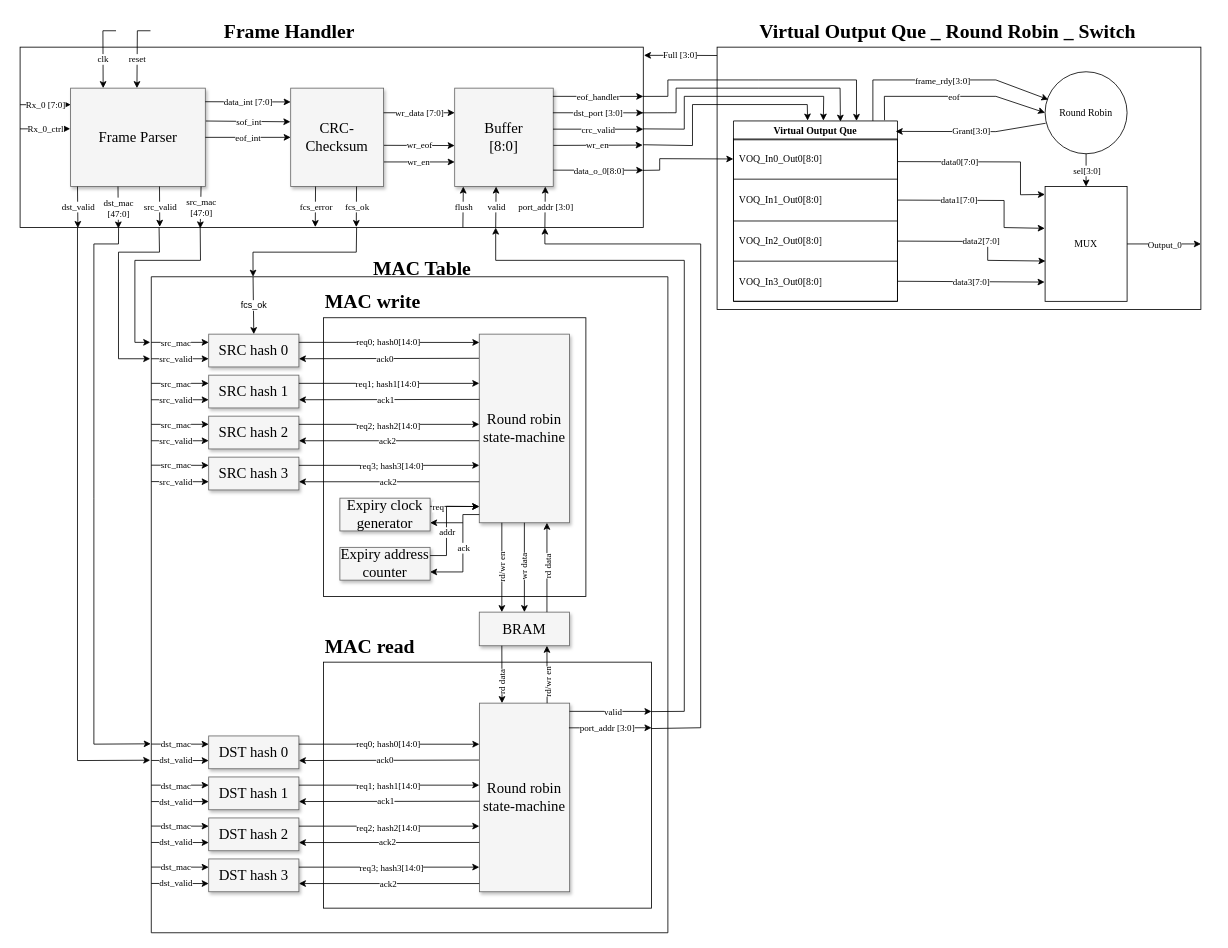
Before: FPGA_switch.drawio in Meschr/FPGA_Bitflip, a draw.io diagram. Source tidied: cells renumbered, new cells numbered last; positions are measured from the earlier drawing's top-left corner, leaving out a move shared by most shapes. Both pictures are drawn from the tidied source at 82%, with x=0, y=0 at pixel (20, 14).
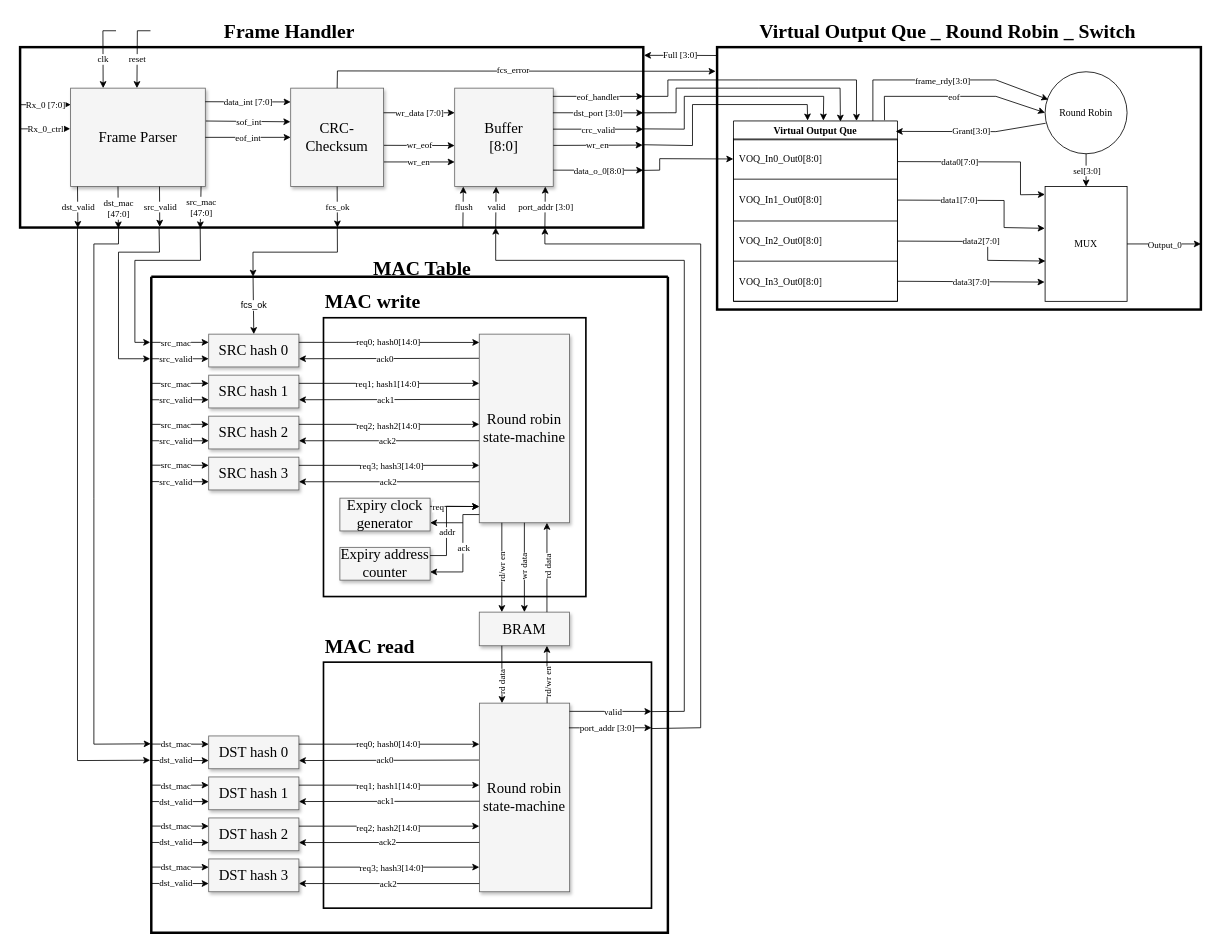
The same page after the edit.

The change refers to these unchanged cells:
```xml
<mxCell id="3" style="group;fontFamily=Times New Roman;" parent="1" vertex="1">
  <mxGeometry y="10" width="770" height="280" as="geometry" />
</mxCell>
<mxCell id="12" value="&lt;span style=&quot;color: rgb(0, 0, 0);&quot;&gt;CRC-Checksum&lt;/span&gt;" style="whiteSpace=wrap;html=1;shadow=1;fontSize=18;fillColor=#f5f5f5;strokeColor=#666666;fontFamily=Times New Roman;" parent="3" vertex="1">
  <mxGeometry x="330" y="80" width="113.3" height="120" as="geometry" />
</mxCell>
```

The edit, as a diff of the source:
```diff
@@
-    <mxCell id="2" style="rounded=0;whiteSpace=wrap;html=1;fillColor=none;align=left;fontFamily=Times New Roman;" parent="1" vertex="1">
+    <mxCell id="2" style="rounded=0;whiteSpace=wrap;html=1;fillColor=none;align=left;fontFamily=Times New Roman;strokeWidth=3;" parent="1" vertex="1">
       <mxGeometry x="850" y="40" width="590" height="320" as="geometry" />
     </mxCell>
@@
-    <mxCell id="4" style="rounded=0;whiteSpace=wrap;html=1;fillColor=none;align=left;fontFamily=Times New Roman;" parent="3" vertex="1">
+    <mxCell id="4" style="rounded=0;whiteSpace=wrap;html=1;fillColor=none;align=left;fontFamily=Times New Roman;strokeWidth=3;" parent="3" vertex="1">
       <mxGeometry y="30" width="760" height="220" as="geometry" />
     </mxCell>
@@
-    <mxCell id="24" style="endArrow=classic;html=1;rounded=0;entryX=0.5;entryY=1;entryDx=0;entryDy=0;exitX=0.444;exitY=1.005;exitDx=0;exitDy=0;exitPerimeter=0;fontFamily=Times New Roman;" parent="3" edge="1">
-      <mxGeometry relative="1" as="geometry">
-        <mxPoint x="360.3" y="200" as="sourcePoint" />
-        <mxPoint x="360" y="249.4" as="targetPoint" />
-      </mxGeometry>
-    </mxCell>
-    <mxCell id="25" value="fcs_error" style="edgeLabel;html=1;align=center;verticalAlign=middle;fontFamily=Times New Roman;" parent="24" vertex="1">
-      <mxGeometry relative="1" as="geometry" />
-    </mxCell>
@@
-    <mxCell id="35" style="endArrow=classic;html=1;rounded=0;entryX=0.5;entryY=1;entryDx=0;entryDy=0;exitX=0.444;exitY=1.005;exitDx=0;exitDy=0;exitPerimeter=0;fontFamily=Times New Roman;" parent="3" edge="1">
+    <mxCell id="35" style="endArrow=classic;html=1;rounded=0;exitX=0.5;exitY=1;exitDx=0;exitDy=0;fontFamily=Times New Roman;" parent="3" edge="1" source="12">
       <mxGeometry relative="1" as="geometry">
-        <mxPoint x="410.3" y="200" as="sourcePoint" />
-        <mxPoint x="410" y="249.4" as="targetPoint" />
+        <mxPoint x="387" y="250" as="targetPoint" />
       </mxGeometry>
     </mxCell>
@@
-    <mxCell id="93" style="group;" parent="1" vertex="1">
+    <mxCell id="93" style="group;strokeWidth=1;" parent="1" vertex="1">
       <mxGeometry x="230" y="330" width="460" height="380" as="geometry" />
     </mxCell>
@@
-    <mxCell id="100" style="rounded=0;whiteSpace=wrap;html=1;fillColor=none;align=left;fontFamily=Times New Roman;" parent="93" vertex="1">
+    <mxCell id="100" style="rounded=0;whiteSpace=wrap;html=1;fillColor=none;align=left;fontFamily=Times New Roman;strokeWidth=2;" parent="93" vertex="1">
       <mxGeometry x="140" y="40" width="320" height="340" as="geometry" />
     </mxCell>
@@
-    <mxCell id="139" style="rounded=0;whiteSpace=wrap;html=1;fillColor=none;align=left;fontFamily=Times New Roman;" parent="1" vertex="1">
+    <mxCell id="139" style="rounded=0;whiteSpace=wrap;html=1;fillColor=none;align=left;fontFamily=Times New Roman;strokeWidth=2;" parent="1" vertex="1">
       <mxGeometry x="370" y="790" width="400" height="300" as="geometry" />
     </mxCell>
@@
-    <mxCell id="192" style="swimlane;startSize=0;" parent="1" vertex="1">
+    <mxCell id="192" style="swimlane;startSize=0;strokeWidth=3;" parent="1" vertex="1">
       <mxGeometry x="160" y="320" width="630" height="800" as="geometry" />
     </mxCell>
@@
-    <mxCell id="202" style="endArrow=classic;html=1;rounded=0;exitX=0.54;exitY=1;exitDx=0;exitDy=0;exitPerimeter=0;entryX=0.197;entryY=0;entryDx=0;entryDy=0;entryPerimeter=0;" parent="1" edge="1" source="4" target="192">
+    <mxCell id="202" style="endArrow=classic;html=1;rounded=0;exitX=0.509;exitY=1.003;exitDx=0;exitDy=0;exitPerimeter=0;entryX=0.197;entryY=0;entryDx=0;entryDy=0;entryPerimeter=0;" parent="1" edge="1" source="4" target="192">
       <mxGeometry x="0.07" relative="1" as="geometry">
         <Array as="points">
-          <mxPoint x="410" y="290" />
+          <mxPoint x="387" y="290" />
           <mxPoint x="284" y="290" />
         </Array>
       </mxGeometry>
     </mxCell>
@@
+    <mxCell id="24" style="endArrow=classic;html=1;rounded=0;entryX=-0.003;entryY=0.092;entryDx=0;entryDy=0;exitX=0.5;exitY=0;exitDx=0;exitDy=0;fontFamily=Times New Roman;entryPerimeter=0;" parent="1" edge="1" source="12" target="2">
+      <mxGeometry relative="1" as="geometry">
+        <Array as="points">
+          <mxPoint x="387" y="69" />
+        </Array>
+      </mxGeometry>
+    </mxCell>
+    <mxCell id="25" value="fcs_error" style="edgeLabel;html=1;align=center;verticalAlign=middle;fontFamily=Times New Roman;" parent="24" vertex="1">
+      <mxGeometry relative="1" as="geometry">
+        <mxPoint x="-6" y="-2" as="offset" />
+      </mxGeometry>
+    </mxCell>
```
